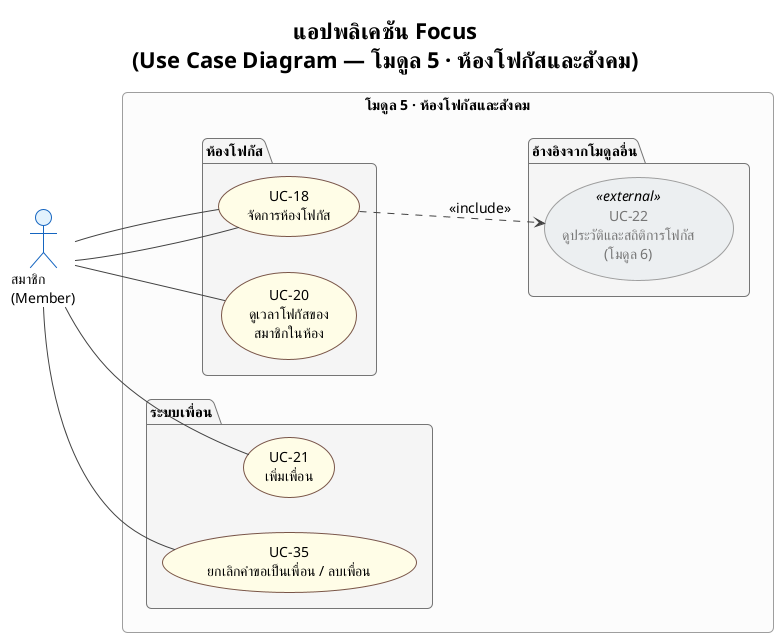
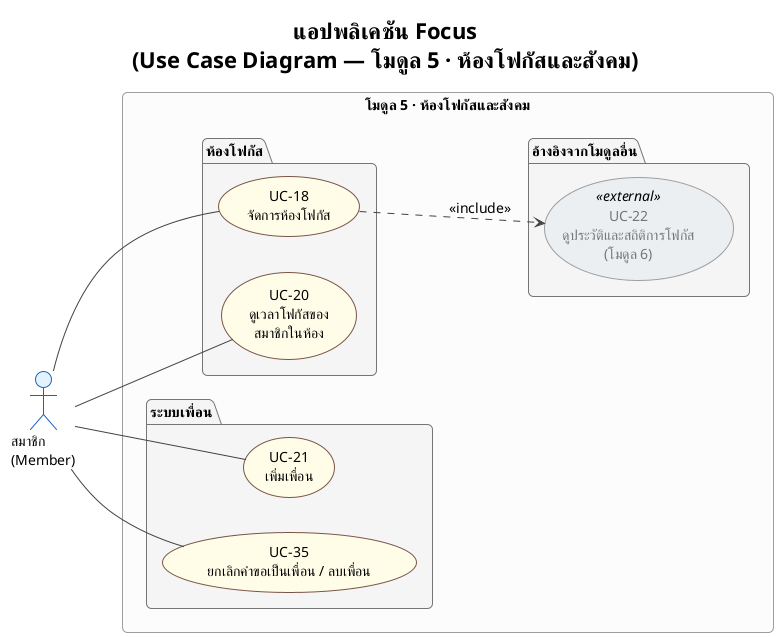
' โมดูล 5: ห้องโฟกัสและสังคม (UC-18, UC-20, UC-21, UC-35)
- ' Room Member เป็นสมาชิกที่กำลังอยู่ในห้อง จึงใช้ actor generalization (RoomMember --|> Member)
' ความสัมพันธ์ข้ามโมดูล (ออกจากโมดูลนี้): UC-18 include UC-22 (โมดูล 6)
@startuml usecase_module5
!theme plain
skinparam defaultFontName TH Sarabun New
skinparam defaultFontSize 14
skinparam roundcorner 10

skinparam usecase {
  BackgroundColor #FFFDE7
  BorderColor #795548
}
skinparam usecase<<external>> {
  BackgroundColor #ECEFF1
  BorderColor #9E9E9E
  FontColor #757575
}
skinparam actor {
  BackgroundColor #E3F2FD
  BorderColor #1565C0
}
skinparam package {
  BackgroundColor #F5F5F5
  BorderColor #757575
  FontStyle bold
}
skinparam rectangle {
  BackgroundColor #FCFCFC
  BorderColor #9E9E9E
}
skinparam ArrowColor #424242

title <b>แอปพลิเคชัน Focus</b>\n(Use Case Diagram — โมดูล 5 · ห้องโฟกัสและสังคม)

left to right direction

actor "สมาชิก\n(Member)" as Member

rectangle "โมดูล 5 · ห้องโฟกัสและสังคม" {
  package "ห้องโฟกัส" {
    usecase "UC-18\nจัดการห้องโฟกัส" as UC18
    usecase "UC-20\nดูเวลาโฟกัสของ\nสมาชิกในห้อง" as UC20
  }

  package "ระบบเพื่อน" {
    usecase "UC-21\nเพิ่มเพื่อน" as UC21
    usecase "UC-35\nยกเลิกคำขอเป็นเพื่อน / ลบเพื่อน" as UC35
  }

  package "อ้างอิงจากโมดูลอื่น" {
    usecase "UC-22\nดูประวัติและสถิติการโฟกัส\n(โมดูล 6)" as UC22 <<external>>
  }
}

Member -- UC18
+ Member -- UC20
Member -- UC21
Member -- UC35
- Member -- UC18
- Member -- UC20

UC18 ..> UC22 : <<include>>
@enduml
